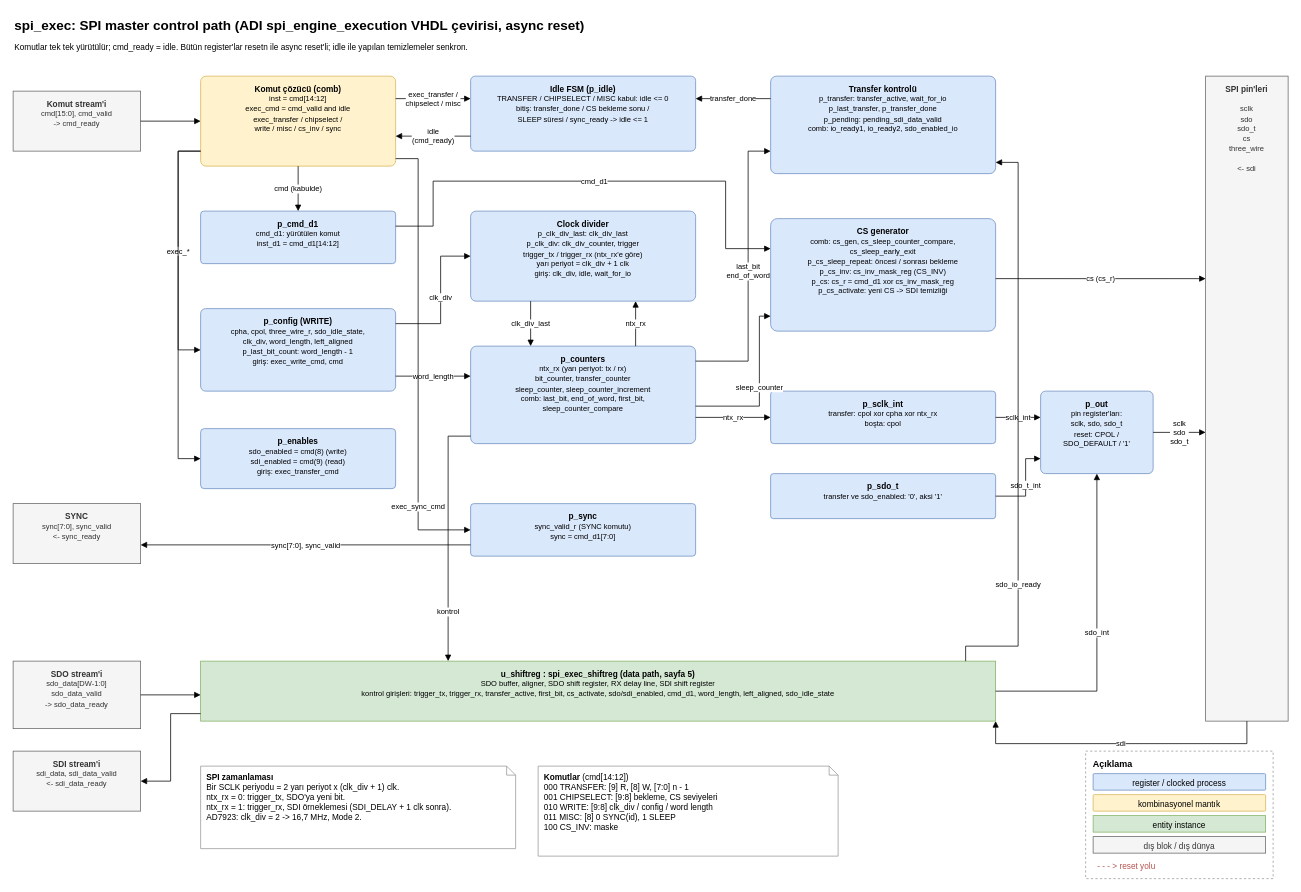
mehmet00mk7-dot/SPI keeps this draw.io diagram as page "4 - spi_exec" (4 of 5) of AD7923/docs/ad7923_spi_blok_diyagram.drawio. Above is the earlier version. Source tidied: cells renumbered, new cells numbered last; positions are measured from the earlier drawing's top-left corner, leaving out a move shared by most shapes. Both pictures are drawn from the tidied source at 75%, with x=0, y=0 at pixel (13, 13).
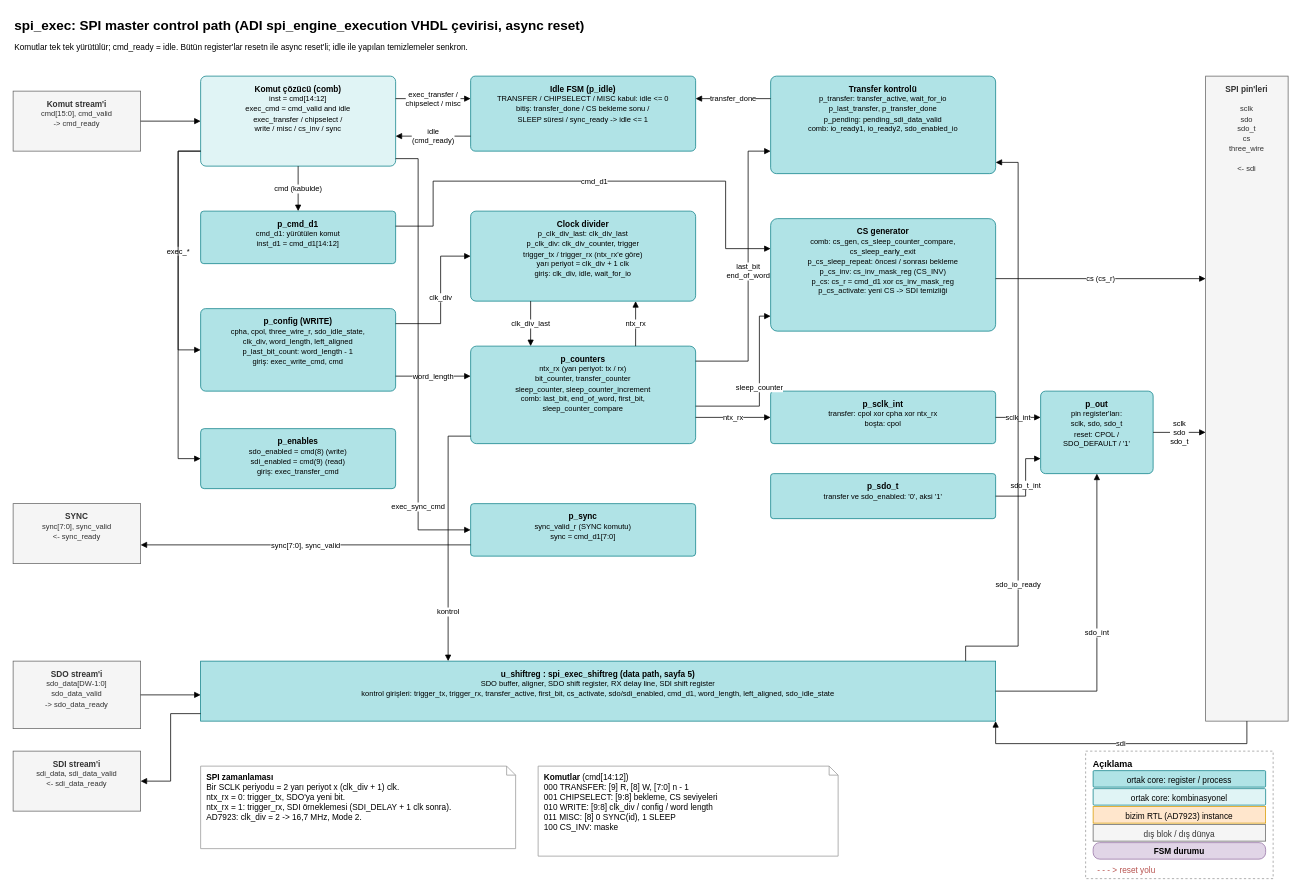
Above is the later version.

Diff of the diagram source:
```diff
@@
-    <mxCell id="9" value="&lt;b&gt;Komut çözücü (comb)&lt;/b&gt;&lt;br&gt;&lt;font style=&quot;font-size:10px&quot;&gt;inst = cmd[14:12]&lt;br&gt;exec_cmd = cmd_valid and idle&lt;br&gt;exec_transfer / chipselect /&lt;br&gt;write / misc / cs_inv / sync&lt;/font&gt;" style="rounded=1;arcSize=6;fillColor=#fff2cc;strokeColor=#d6b656;whiteSpace=wrap;html=1;align=center;verticalAlign=top;spacingTop=4;fontSize=11;" parent="1" vertex="1">
+    <mxCell id="9" value="&lt;b&gt;Komut çözücü (comb)&lt;/b&gt;&lt;br&gt;&lt;font style=&quot;font-size:10px&quot;&gt;inst = cmd[14:12]&lt;br&gt;exec_cmd = cmd_valid and idle&lt;br&gt;exec_transfer / chipselect /&lt;br&gt;write / misc / cs_inv / sync&lt;/font&gt;" style="rounded=1;arcSize=6;fillColor=#e0f4f5;strokeColor=#0e8088;whiteSpace=wrap;html=1;align=center;verticalAlign=top;spacingTop=4;fontSize=11;" parent="1" vertex="1">
       <mxGeometry x="250" y="84" width="260" height="120" as="geometry" />
     </mxCell>
-    <mxCell id="10" value="&lt;b&gt;p_cmd_d1&lt;/b&gt;&lt;br&gt;&lt;font style=&quot;font-size:10px&quot;&gt;cmd_d1: yürütülen komut&lt;br&gt;inst_d1 = cmd_d1[14:12]&lt;/font&gt;" style="rounded=1;arcSize=6;fillColor=#dae8fc;strokeColor=#6c8ebf;whiteSpace=wrap;html=1;align=center;verticalAlign=top;spacingTop=4;fontSize=11;" parent="1" vertex="1">
+    <mxCell id="10" value="&lt;b&gt;p_cmd_d1&lt;/b&gt;&lt;br&gt;&lt;font style=&quot;font-size:10px&quot;&gt;cmd_d1: yürütülen komut&lt;br&gt;inst_d1 = cmd_d1[14:12]&lt;/font&gt;" style="rounded=1;arcSize=6;fillColor=#b0e3e6;strokeColor=#0e8088;whiteSpace=wrap;html=1;align=center;verticalAlign=top;spacingTop=4;fontSize=11;" parent="1" vertex="1">
       <mxGeometry x="250" y="264" width="260" height="70" as="geometry" />
     </mxCell>
-    <mxCell id="11" value="&lt;b&gt;p_config (WRITE)&lt;/b&gt;&lt;br&gt;&lt;font style=&quot;font-size:10px&quot;&gt;cpha, cpol, three_wire_r, sdo_idle_state,&lt;br&gt;clk_div, word_length, left_aligned&lt;br&gt;p_last_bit_count: word_length - 1&lt;br&gt;giriş: exec_write_cmd, cmd&lt;/font&gt;" style="rounded=1;arcSize=6;fillColor=#dae8fc;strokeColor=#6c8ebf;whiteSpace=wrap;html=1;align=center;verticalAlign=top;spacingTop=4;fontSize=11;" parent="1" vertex="1">
+    <mxCell id="11" value="&lt;b&gt;p_config (WRITE)&lt;/b&gt;&lt;br&gt;&lt;font style=&quot;font-size:10px&quot;&gt;cpha, cpol, three_wire_r, sdo_idle_state,&lt;br&gt;clk_div, word_length, left_aligned&lt;br&gt;p_last_bit_count: word_length - 1&lt;br&gt;giriş: exec_write_cmd, cmd&lt;/font&gt;" style="rounded=1;arcSize=6;fillColor=#b0e3e6;strokeColor=#0e8088;whiteSpace=wrap;html=1;align=center;verticalAlign=top;spacingTop=4;fontSize=11;" parent="1" vertex="1">
       <mxGeometry x="250" y="394" width="260" height="110" as="geometry" />
     </mxCell>
-    <mxCell id="12" value="&lt;b&gt;p_enables&lt;/b&gt;&lt;br&gt;&lt;font style=&quot;font-size:10px&quot;&gt;sdo_enabled = cmd(8) (write)&lt;br&gt;sdi_enabled = cmd(9) (read)&lt;br&gt;giriş: exec_transfer_cmd&lt;/font&gt;" style="rounded=1;arcSize=6;fillColor=#dae8fc;strokeColor=#6c8ebf;whiteSpace=wrap;html=1;align=center;verticalAlign=top;spacingTop=4;fontSize=11;" parent="1" vertex="1">
+    <mxCell id="12" value="&lt;b&gt;p_enables&lt;/b&gt;&lt;br&gt;&lt;font style=&quot;font-size:10px&quot;&gt;sdo_enabled = cmd(8) (write)&lt;br&gt;sdi_enabled = cmd(9) (read)&lt;br&gt;giriş: exec_transfer_cmd&lt;/font&gt;" style="rounded=1;arcSize=6;fillColor=#b0e3e6;strokeColor=#0e8088;whiteSpace=wrap;html=1;align=center;verticalAlign=top;spacingTop=4;fontSize=11;" parent="1" vertex="1">
       <mxGeometry x="250" y="554" width="260" height="80" as="geometry" />
     </mxCell>
-    <mxCell id="13" value="&lt;b&gt;Idle FSM  (p_idle)&lt;/b&gt;&lt;br&gt;&lt;font style=&quot;font-size:10px&quot;&gt;TRANSFER / CHIPSELECT / MISC kabul: idle &amp;lt;= 0&lt;br&gt;bitiş: transfer_done / CS bekleme sonu /&lt;br&gt;SLEEP süresi / sync_ready -&amp;gt; idle &amp;lt;= 1&lt;/font&gt;" style="rounded=1;arcSize=6;fillColor=#dae8fc;strokeColor=#6c8ebf;whiteSpace=wrap;html=1;align=center;verticalAlign=top;spacingTop=4;fontSize=11;" parent="1" vertex="1">
+    <mxCell id="13" value="&lt;b&gt;Idle FSM  (p_idle)&lt;/b&gt;&lt;br&gt;&lt;font style=&quot;font-size:10px&quot;&gt;TRANSFER / CHIPSELECT / MISC kabul: idle &amp;lt;= 0&lt;br&gt;bitiş: transfer_done / CS bekleme sonu /&lt;br&gt;SLEEP süresi / sync_ready -&amp;gt; idle &amp;lt;= 1&lt;/font&gt;" style="rounded=1;arcSize=6;fillColor=#b0e3e6;strokeColor=#0e8088;whiteSpace=wrap;html=1;align=center;verticalAlign=top;spacingTop=4;fontSize=11;" parent="1" vertex="1">
       <mxGeometry x="610" y="84" width="300" height="100" as="geometry" />
     </mxCell>
-    <mxCell id="14" value="&lt;b&gt;Clock divider&lt;/b&gt;&lt;br&gt;&lt;font style=&quot;font-size:10px&quot;&gt;p_clk_div_last: clk_div_last&lt;br&gt;p_clk_div: clk_div_counter, trigger&lt;br&gt;trigger_tx / trigger_rx (ntx_rx&amp;#x27;e göre)&lt;br&gt;yarı periyot = clk_div + 1 clk&lt;br&gt;giriş: clk_div, idle, wait_for_io&lt;/font&gt;" style="rounded=1;arcSize=6;fillColor=#dae8fc;strokeColor=#6c8ebf;whiteSpace=wrap;html=1;align=center;verticalAlign=top;spacingTop=4;fontSize=11;" parent="1" vertex="1">
+    <mxCell id="14" value="&lt;b&gt;Clock divider&lt;/b&gt;&lt;br&gt;&lt;font style=&quot;font-size:10px&quot;&gt;p_clk_div_last: clk_div_last&lt;br&gt;p_clk_div: clk_div_counter, trigger&lt;br&gt;trigger_tx / trigger_rx (ntx_rx&amp;#x27;e göre)&lt;br&gt;yarı periyot = clk_div + 1 clk&lt;br&gt;giriş: clk_div, idle, wait_for_io&lt;/font&gt;" style="rounded=1;arcSize=6;fillColor=#b0e3e6;strokeColor=#0e8088;whiteSpace=wrap;html=1;align=center;verticalAlign=top;spacingTop=4;fontSize=11;" parent="1" vertex="1">
       <mxGeometry x="610" y="264" width="300" height="120" as="geometry" />
     </mxCell>
-    <mxCell id="15" value="&lt;b&gt;p_counters&lt;/b&gt;&lt;br&gt;&lt;font style=&quot;font-size:10px&quot;&gt;ntx_rx (yarı periyot: tx / rx)&lt;br&gt;bit_counter, transfer_counter&lt;br&gt;sleep_counter, sleep_counter_increment&lt;br&gt;comb: last_bit, end_of_word, first_bit,&lt;br&gt;sleep_counter_compare&lt;/font&gt;" style="rounded=1;arcSize=6;fillColor=#dae8fc;strokeColor=#6c8ebf;whiteSpace=wrap;html=1;align=center;verticalAlign=top;spacingTop=4;fontSize=11;" parent="1" vertex="1">
+    <mxCell id="15" value="&lt;b&gt;p_counters&lt;/b&gt;&lt;br&gt;&lt;font style=&quot;font-size:10px&quot;&gt;ntx_rx (yarı periyot: tx / rx)&lt;br&gt;bit_counter, transfer_counter&lt;br&gt;sleep_counter, sleep_counter_increment&lt;br&gt;comb: last_bit, end_of_word, first_bit,&lt;br&gt;sleep_counter_compare&lt;/font&gt;" style="rounded=1;arcSize=6;fillColor=#b0e3e6;strokeColor=#0e8088;whiteSpace=wrap;html=1;align=center;verticalAlign=top;spacingTop=4;fontSize=11;" parent="1" vertex="1">
       <mxGeometry x="610" y="444" width="300" height="130" as="geometry" />
     </mxCell>
-    <mxCell id="16" value="&lt;b&gt;p_sync&lt;/b&gt;&lt;br&gt;&lt;font style=&quot;font-size:10px&quot;&gt;sync_valid_r (SYNC komutu)&lt;br&gt;sync = cmd_d1[7:0]&lt;/font&gt;" style="rounded=1;arcSize=6;fillColor=#dae8fc;strokeColor=#6c8ebf;whiteSpace=wrap;html=1;align=center;verticalAlign=top;spacingTop=4;fontSize=11;" parent="1" vertex="1">
+    <mxCell id="16" value="&lt;b&gt;p_sync&lt;/b&gt;&lt;br&gt;&lt;font style=&quot;font-size:10px&quot;&gt;sync_valid_r (SYNC komutu)&lt;br&gt;sync = cmd_d1[7:0]&lt;/font&gt;" style="rounded=1;arcSize=6;fillColor=#b0e3e6;strokeColor=#0e8088;whiteSpace=wrap;html=1;align=center;verticalAlign=top;spacingTop=4;fontSize=11;" parent="1" vertex="1">
       <mxGeometry x="610" y="654" width="300" height="70" as="geometry" />
     </mxCell>
-    <mxCell id="17" value="&lt;b&gt;Transfer kontrolü&lt;/b&gt;&lt;br&gt;&lt;font style=&quot;font-size:10px&quot;&gt;p_transfer: transfer_active, wait_for_io&lt;br&gt;p_last_transfer, p_transfer_done&lt;br&gt;p_pending: pending_sdi_data_valid&lt;br&gt;comb: io_ready1, io_ready2, sdo_enabled_io&lt;/font&gt;" style="rounded=1;arcSize=6;fillColor=#dae8fc;strokeColor=#6c8ebf;whiteSpace=wrap;html=1;align=center;verticalAlign=top;spacingTop=4;fontSize=11;" parent="1" vertex="1">
+    <mxCell id="17" value="&lt;b&gt;Transfer kontrolü&lt;/b&gt;&lt;br&gt;&lt;font style=&quot;font-size:10px&quot;&gt;p_transfer: transfer_active, wait_for_io&lt;br&gt;p_last_transfer, p_transfer_done&lt;br&gt;p_pending: pending_sdi_data_valid&lt;br&gt;comb: io_ready1, io_ready2, sdo_enabled_io&lt;/font&gt;" style="rounded=1;arcSize=6;fillColor=#b0e3e6;strokeColor=#0e8088;whiteSpace=wrap;html=1;align=center;verticalAlign=top;spacingTop=4;fontSize=11;" parent="1" vertex="1">
       <mxGeometry x="1010" y="84" width="300" height="130" as="geometry" />
     </mxCell>
-    <mxCell id="18" value="&lt;b&gt;CS generator&lt;/b&gt;&lt;br&gt;&lt;font style=&quot;font-size:10px&quot;&gt;comb: cs_gen, cs_sleep_counter_compare,&lt;br&gt;cs_sleep_early_exit&lt;br&gt;p_cs_sleep_repeat: öncesi / sonrası bekleme&lt;br&gt;p_cs_inv: cs_inv_mask_reg (CS_INV)&lt;br&gt;p_cs: cs_r = cmd_d1 xor cs_inv_mask_reg&lt;br&gt;p_cs_activate: yeni CS -&amp;gt; SDI temizliği&lt;/font&gt;" style="rounded=1;arcSize=6;fillColor=#dae8fc;strokeColor=#6c8ebf;whiteSpace=wrap;html=1;align=center;verticalAlign=top;spacingTop=4;fontSize=11;" parent="1" vertex="1">
+    <mxCell id="18" value="&lt;b&gt;CS generator&lt;/b&gt;&lt;br&gt;&lt;font style=&quot;font-size:10px&quot;&gt;comb: cs_gen, cs_sleep_counter_compare,&lt;br&gt;cs_sleep_early_exit&lt;br&gt;p_cs_sleep_repeat: öncesi / sonrası bekleme&lt;br&gt;p_cs_inv: cs_inv_mask_reg (CS_INV)&lt;br&gt;p_cs: cs_r = cmd_d1 xor cs_inv_mask_reg&lt;br&gt;p_cs_activate: yeni CS -&amp;gt; SDI temizliği&lt;/font&gt;" style="rounded=1;arcSize=6;fillColor=#b0e3e6;strokeColor=#0e8088;whiteSpace=wrap;html=1;align=center;verticalAlign=top;spacingTop=4;fontSize=11;" parent="1" vertex="1">
       <mxGeometry x="1010" y="274" width="300" height="150" as="geometry" />
     </mxCell>
-    <mxCell id="19" value="&lt;b&gt;p_sclk_int&lt;/b&gt;&lt;br&gt;&lt;font style=&quot;font-size:10px&quot;&gt;transfer: cpol xor cpha xor ntx_rx&lt;br&gt;boşta: cpol&lt;/font&gt;" style="rounded=1;arcSize=6;fillColor=#dae8fc;strokeColor=#6c8ebf;whiteSpace=wrap;html=1;align=center;verticalAlign=top;spacingTop=4;fontSize=11;" parent="1" vertex="1">
+    <mxCell id="19" value="&lt;b&gt;p_sclk_int&lt;/b&gt;&lt;br&gt;&lt;font style=&quot;font-size:10px&quot;&gt;transfer: cpol xor cpha xor ntx_rx&lt;br&gt;boşta: cpol&lt;/font&gt;" style="rounded=1;arcSize=6;fillColor=#b0e3e6;strokeColor=#0e8088;whiteSpace=wrap;html=1;align=center;verticalAlign=top;spacingTop=4;fontSize=11;" parent="1" vertex="1">
       <mxGeometry x="1010" y="504" width="300" height="70" as="geometry" />
     </mxCell>
-    <mxCell id="20" value="&lt;b&gt;p_sdo_t&lt;/b&gt;&lt;br&gt;&lt;font style=&quot;font-size:10px&quot;&gt;transfer ve sdo_enabled: &amp;#x27;0&amp;#x27;, aksi &amp;#x27;1&amp;#x27;&lt;/font&gt;" style="rounded=1;arcSize=6;fillColor=#dae8fc;strokeColor=#6c8ebf;whiteSpace=wrap;html=1;align=center;verticalAlign=top;spacingTop=4;fontSize=11;" parent="1" vertex="1">
+    <mxCell id="20" value="&lt;b&gt;p_sdo_t&lt;/b&gt;&lt;br&gt;&lt;font style=&quot;font-size:10px&quot;&gt;transfer ve sdo_enabled: &amp;#x27;0&amp;#x27;, aksi &amp;#x27;1&amp;#x27;&lt;/font&gt;" style="rounded=1;arcSize=6;fillColor=#b0e3e6;strokeColor=#0e8088;whiteSpace=wrap;html=1;align=center;verticalAlign=top;spacingTop=4;fontSize=11;" parent="1" vertex="1">
       <mxGeometry x="1010" y="614" width="300" height="60" as="geometry" />
     </mxCell>
-    <mxCell id="21" value="&lt;b&gt;p_out&lt;/b&gt;&lt;br&gt;&lt;font style=&quot;font-size:10px&quot;&gt;pin register&amp;#x27;ları:&lt;br&gt;sclk, sdo, sdo_t&lt;br&gt;reset: CPOL /&lt;br&gt;SDO_DEFAULT / &amp;#x27;1&amp;#x27;&lt;/font&gt;" style="rounded=1;arcSize=6;fillColor=#dae8fc;strokeColor=#6c8ebf;whiteSpace=wrap;html=1;align=center;verticalAlign=top;spacingTop=4;fontSize=11;" parent="1" vertex="1">
+    <mxCell id="21" value="&lt;b&gt;p_out&lt;/b&gt;&lt;br&gt;&lt;font style=&quot;font-size:10px&quot;&gt;pin register&amp;#x27;ları:&lt;br&gt;sclk, sdo, sdo_t&lt;br&gt;reset: CPOL /&lt;br&gt;SDO_DEFAULT / &amp;#x27;1&amp;#x27;&lt;/font&gt;" style="rounded=1;arcSize=6;fillColor=#b0e3e6;strokeColor=#0e8088;whiteSpace=wrap;html=1;align=center;verticalAlign=top;spacingTop=4;fontSize=11;" parent="1" vertex="1">
       <mxGeometry x="1370" y="504" width="150" height="110" as="geometry" />
     </mxCell>
-    <mxCell id="22" value="&lt;b&gt;u_shiftreg : spi_exec_shiftreg  (data path, sayfa 5)&lt;/b&gt;&lt;br&gt;&lt;font style=&quot;font-size:10px&quot;&gt;SDO buffer, aligner, SDO shift register, RX delay line, SDI shift register&lt;br&gt;kontrol girişleri: trigger_tx, trigger_rx, transfer_active, first_bit, cs_activate, sdo/sdi_enabled, cmd_d1, word_length, left_aligned, sdo_idle_state&lt;/font&gt;" style="rounded=0;fillColor=#d5e8d4;strokeColor=#82b366;whiteSpace=wrap;html=1;align=center;verticalAlign=top;spacingTop=4;fontSize=11;" parent="1" vertex="1">
+    <mxCell id="22" value="&lt;b&gt;u_shiftreg : spi_exec_shiftreg  (data path, sayfa 5)&lt;/b&gt;&lt;br&gt;&lt;font style=&quot;font-size:10px&quot;&gt;SDO buffer, aligner, SDO shift register, RX delay line, SDI shift register&lt;br&gt;kontrol girişleri: trigger_tx, trigger_rx, transfer_active, first_bit, cs_activate, sdo/sdi_enabled, cmd_d1, word_length, left_aligned, sdo_idle_state&lt;/font&gt;" style="rounded=0;fillColor=#b0e3e6;strokeColor=#0e8088;whiteSpace=wrap;html=1;align=center;verticalAlign=top;spacingTop=4;fontSize=11;" parent="1" vertex="1">
       <mxGeometry x="250" y="864" width="1060" height="80" as="geometry" />
     </mxCell>
@@
-    <mxCell id="53" value="register / clocked process" style="rounded=1;arcSize=6;fillColor=#dae8fc;strokeColor=#6c8ebf;whiteSpace=wrap;html=1;align=center;verticalAlign=middle;spacingTop=4;fontSize=11;" parent="1" vertex="1">
-      <mxGeometry x="1440" y="1014" width="230" height="22" as="geometry" />
+    <mxCell id="53" value="ortak core: register / process" style="rounded=1;arcSize=6;fillColor=#b0e3e6;strokeColor=#0e8088;whiteSpace=wrap;html=1;align=center;verticalAlign=middle;spacingTop=4;fontSize=11;" parent="1" vertex="1">
+      <mxGeometry x="1440" y="1010" width="230" height="22" as="geometry" />
     </mxCell>
-    <mxCell id="54" value="kombinasyonel mantık" style="rounded=1;arcSize=6;fillColor=#fff2cc;strokeColor=#d6b656;whiteSpace=wrap;html=1;align=center;verticalAlign=middle;spacingTop=4;fontSize=11;" parent="1" vertex="1">
-      <mxGeometry x="1440" y="1042" width="230" height="22" as="geometry" />
+    <mxCell id="54" value="ortak core: kombinasyonel" style="rounded=1;arcSize=6;fillColor=#e0f4f5;strokeColor=#0e8088;whiteSpace=wrap;html=1;align=center;verticalAlign=middle;spacingTop=4;fontSize=11;" parent="1" vertex="1">
+      <mxGeometry x="1440" y="1034" width="230" height="22" as="geometry" />
     </mxCell>
-    <mxCell id="55" value="entity instance" style="rounded=0;fillColor=#d5e8d4;strokeColor=#82b366;whiteSpace=wrap;html=1;align=center;verticalAlign=middle;spacingTop=4;fontSize=11;" parent="1" vertex="1">
-      <mxGeometry x="1440" y="1070" width="230" height="22" as="geometry" />
+    <mxCell id="55" value="bizim RTL (AD7923) instance" style="rounded=0;fillColor=#ffe6cc;strokeColor=#d79b00;whiteSpace=wrap;html=1;align=center;verticalAlign=middle;spacingTop=4;fontSize=11;" parent="1" vertex="1">
+      <mxGeometry x="1440" y="1058" width="230" height="22" as="geometry" />
     </mxCell>
     <mxCell id="56" value="dış blok / dış dünya" style="rounded=0;fillColor=#f5f5f5;strokeColor=#666666;fontColor=#333333;whiteSpace=wrap;html=1;align=center;verticalAlign=middle;spacingTop=4;fontSize=11;" parent="1" vertex="1">
-      <mxGeometry x="1440" y="1098" width="230" height="22" as="geometry" />
+      <mxGeometry x="1440" y="1082" width="230" height="22" as="geometry" />
     </mxCell>
-    <mxCell id="57" value="&lt;font color=&quot;#b85450&quot;&gt;- - - &amp;gt;  reset yolu&lt;/font&gt;" style="text;html=1;align=left;verticalAlign=top;whiteSpace=wrap;fontSize=11;" parent="1" vertex="1">
-      <mxGeometry x="1444" y="1124" width="220" height="20" as="geometry" />
+    <mxCell id="57" value="FSM durumu" style="rounded=1;arcSize=40;whiteSpace=wrap;html=1;fillColor=#e1d5e7;strokeColor=#9673a6;fontStyle=1;fontSize=11;align=center;verticalAlign=middle;" parent="1" vertex="1">
+      <mxGeometry x="1440" y="1106" width="230" height="22" as="geometry" />
     </mxCell>
+    <mxCell id="58" value="&lt;font color=&quot;#b85450&quot;&gt;- - - &amp;gt;  reset yolu&lt;/font&gt;" style="text;html=1;align=left;verticalAlign=top;whiteSpace=wrap;fontSize=11;" parent="1" vertex="1">
+      <mxGeometry x="1444" y="1130" width="220" height="20" as="geometry" />
+    </mxCell>
```
